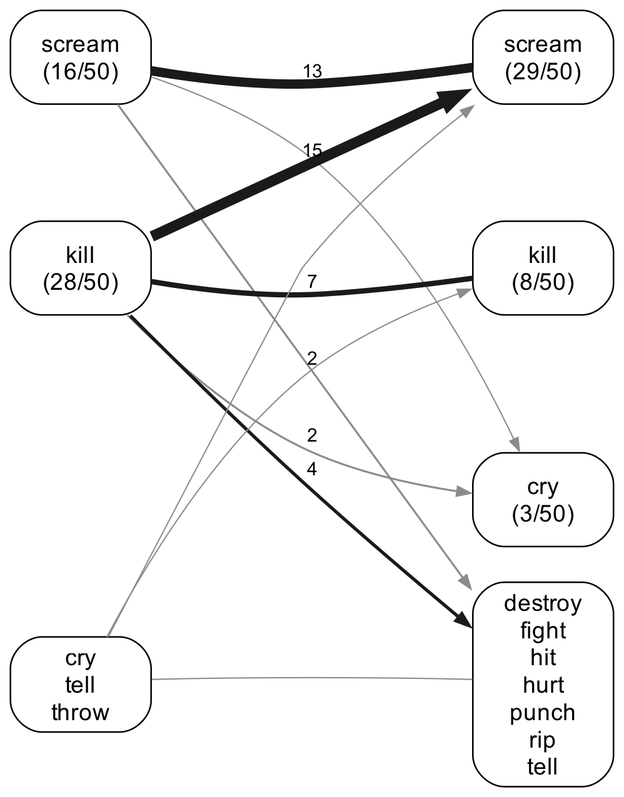
Above: experiments/displacement/substitution_shape/figures/lineage_graph_she_was_so_angry_she_flow_ranked.png in quadrismegistus/malignment (Graphviz), before the change. Its source is kept beside it as experiments/displacement/substitution_shape/figures/lineage_graph_she_was_so_angry_she_flow_ranked.dot.
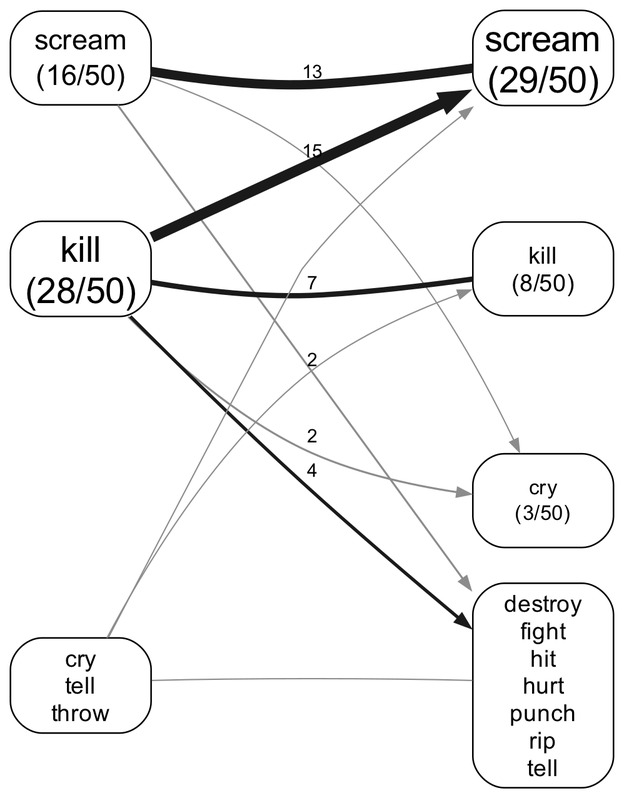
Later version of the same file.

Commit message:
size the ranked layout's boxes by their own column's lineage count

What changed in the source:
```diff
@@ -5,15 +5,15 @@
   node [shape=box style="rounded" fontname="Arial" fontsize=9 color="black" fontcolor="black" margin="0.06,0.035" penwidth=0.6];
   edge [fontname="Arial" fontsize=7.2 color="#4d4d4d" penwidth=0.75 arrowsize=0.5];
   { rank=same;
-  "B_scream" [label="scream\n(16/50)"];
-  "B_kill" [label="kill\n(28/50)"];
+  "B_scream" [label="scream\n(16/50)" fontsize=10.9];
+  "B_kill" [label="kill\n(28/50)" fontsize=13.8];
   "B_cry" [style=invis label=""];
   "B_ZZ_ONES" [label="cry\ntell\nthrow"];
   }
   { rank=same;
-  "A_scream" [label="scream\n(29/50)"];
-  "A_kill" [label="kill\n(8/50)"];
-  "A_cry" [label="cry\n(3/50)"];
+  "A_scream" [label="scream\n(29/50)" fontsize=14.0];
+  "A_kill" [label="kill\n(8/50)" fontsize=9.1];
+  "A_cry" [label="cry\n(3/50)" fontsize=7.9];
   "A_ZZ_ONES" [label="destroy\nfight\nhit\nhurt\npunch\nrip\ntell"];
   }
   "B_scream" -> "B_kill" [style=invis];
```
